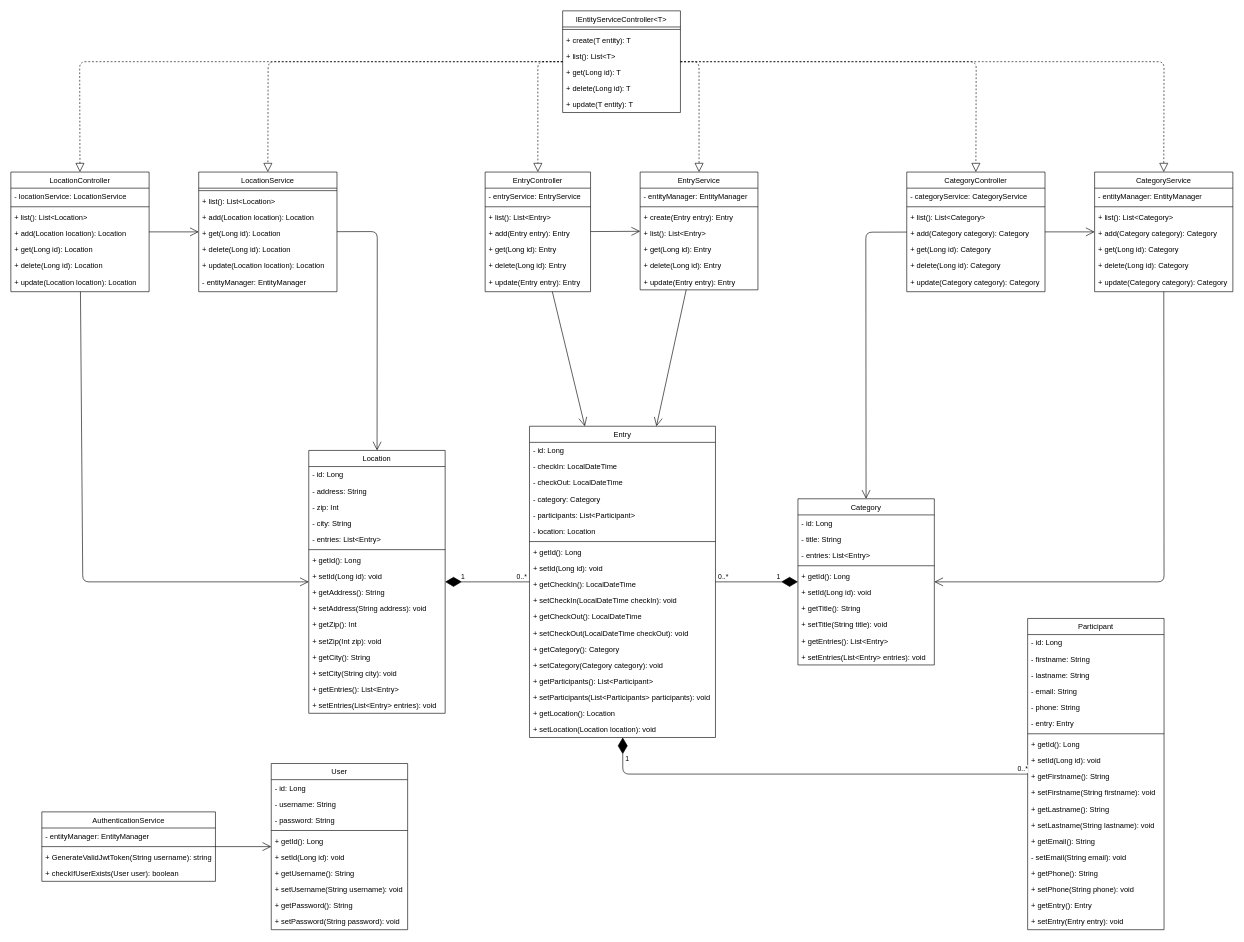
Earlier version of the draw.io diagram docs/class-diagram/Classdiagram.drawio (speyck/m223-punchclock-quarkus). Source tidied: cells renumbered, new cells numbered last; positions are measured from the earlier drawing's top-left corner, leaving out a move shared by most shapes. Both pictures are drawn from the tidied source at 62%, with x=0, y=0 at pixel (11, 11).
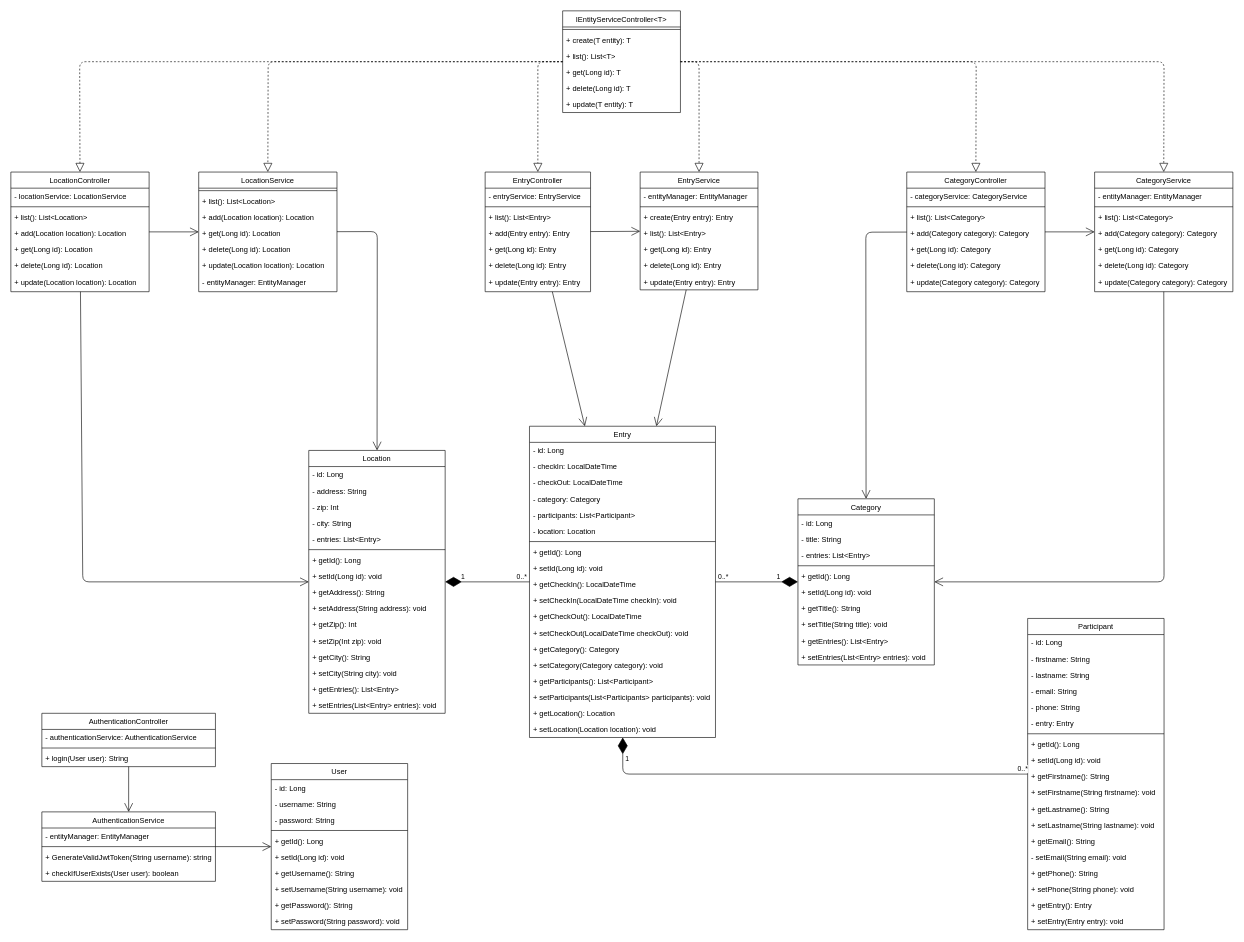
The same page after the edit.

Commit message (it also covers changes not shown here):
Update class diagram

The change refers to these unchanged cells:
```xml
<mxCell id="10" value="AuthenticationService" style="swimlane;fontStyle=0;align=center;verticalAlign=top;horizontal=1;startSize=26;rounded=0;shadow=0;strokeWidth=1;" parent="1" vertex="1">
  <mxGeometry x="50" y="1292" width="280" height="112" as="geometry" />
</mxCell>
```

What changed in the source:
```diff
@@
+    <mxCell id="166" value="AuthenticationController" style="swimlane;fontStyle=0;align=center;verticalAlign=top;horizontal=1;startSize=26;rounded=0;shadow=0;strokeWidth=1;" parent="1" vertex="1">
+      <mxGeometry x="50" y="1133" width="280" height="86" as="geometry" />
+    </mxCell>
+    <mxCell id="167" value="- authenticationService: AuthenticationService" style="text;align=left;verticalAlign=top;spacingLeft=4;spacingRight=4;overflow=hidden;fontStyle=0;" parent="166" vertex="1">
+      <mxGeometry y="26" width="280" height="26" as="geometry" />
+    </mxCell>
+    <mxCell id="168" style="line;html=1;strokeWidth=1;align=left;verticalAlign=middle;spacingTop=-1;spacingLeft=3;spacingRight=3;labelPosition=right;" parent="166" vertex="1">
+      <mxGeometry y="52" width="280" height="8" as="geometry" />
+    </mxCell>
+    <mxCell id="169" value="+ login(User user): String" style="text;align=left;verticalAlign=top;spacingLeft=4;spacingRight=4;overflow=hidden;fontStyle=0;" parent="166" vertex="1">
+      <mxGeometry y="60" width="280" height="26" as="geometry" />
+    </mxCell>
+    <mxCell id="170" style="endArrow=open;endFill=1;endSize=12;html=1;" parent="1" edge="1" source="166" target="10">
+      <mxGeometry relative="1" as="geometry" />
+    </mxCell>
```
